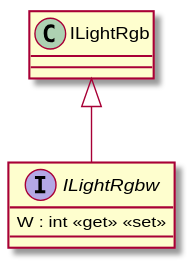
Before: UML/Light/ILightRgbw.svg, a diagram exported from PlantUML (leo-tasso/VolumeKsharp).
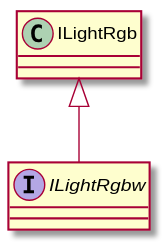
The same file after the commit.

Change to the diagram source:
```diff
@@ -1,6 +1,5 @@
 @startuml
 interface ILightRgbw {
-    W : int <<get>> <<set>>
 }
 ILightRgb <|-- ILightRgbw
 @enduml
```
